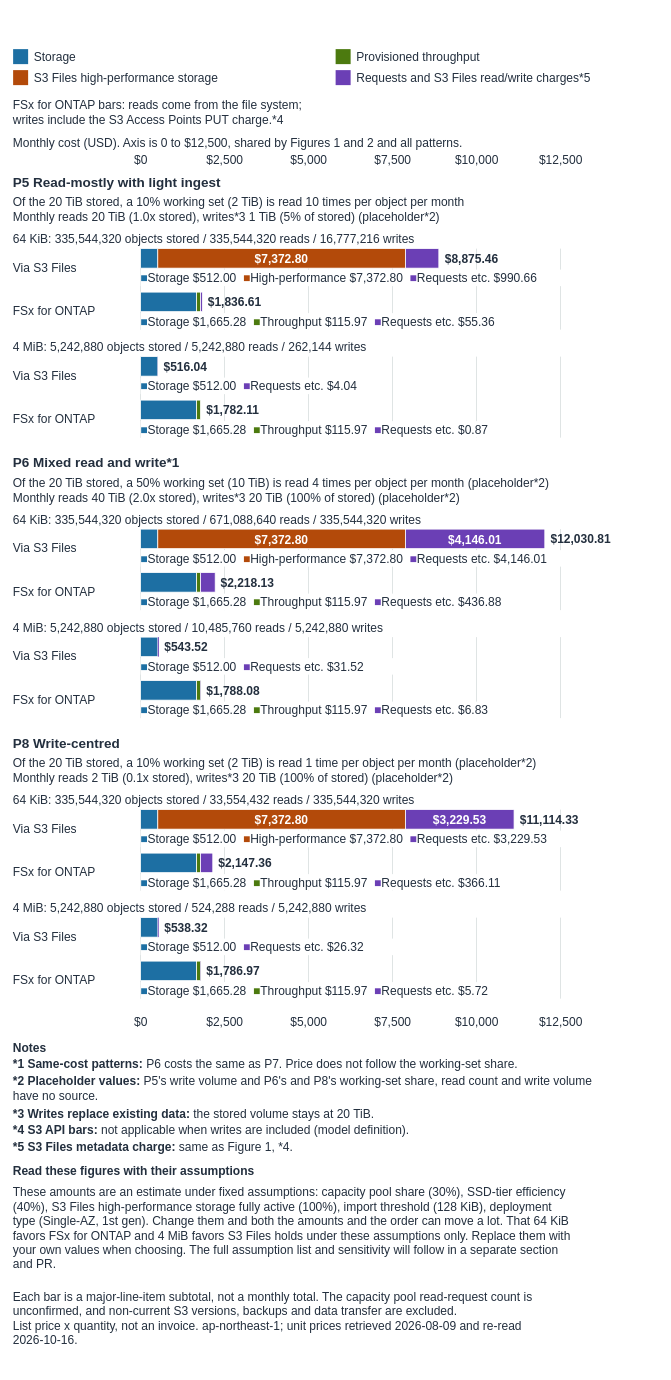
Above: docs/_assets/diagrams/s3burst-s3files-cost-structure-writes-en.drawio in Yoshiki0705/S3-Burst-on-ONTAP-Files (draw.io), before the change. Source tidied: cells renumbered, new cells numbered last; positions are measured from the earlier drawing's top-left corner, leaving out a move shared by most shapes. Both pictures are drawn from the tidied source at 75%, with x=0, y=0 at pixel (13, 46).
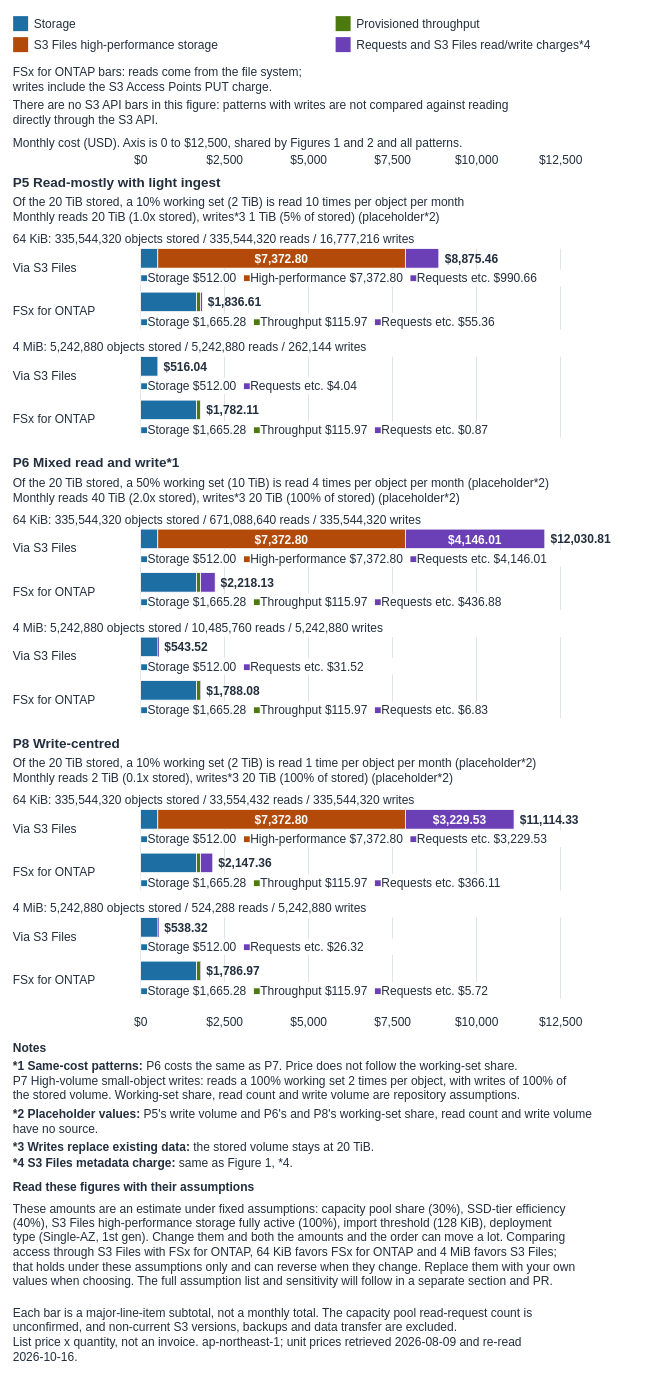
The same diagram, later.

Commit message (it also covers changes not shown here):
docs: generate the cost figures from the model and fix their wording

What changed in the source:
```diff
@@
     <mxCell id="38" style="rounded=0;whiteSpace=nowrap;html=0;fillColor=#1D6FA3;strokeColor=none;fontSize=16;fontColor=#FFFFFF;fontStyle=1;align=center;verticalAlign=middle;" parent="1" vertex="1">
-      <mxGeometry y="4" width="20" height="20" as="geometry" />
+      <mxGeometry y="-40" width="20" height="20" as="geometry" />
     </mxCell>
     <mxCell id="39" value="Storage" style="text;html=1;whiteSpace=nowrap;overflow=visible;align=left;verticalAlign=middle;spacing=0;spacingLeft=0;spacingRight=0;spacingTop=0;spacingBottom=0;fontSize=16;fontColor=#232F3E;fontStyle=0;" parent="1" vertex="1">
-      <mxGeometry x="28" width="398" height="28" as="geometry" />
+      <mxGeometry x="28" y="-44" width="398" height="28" as="geometry" />
     </mxCell>
     <mxCell id="40" style="rounded=0;whiteSpace=nowrap;html=0;fillColor=#4C7A0F;strokeColor=none;fontSize=16;fontColor=#FFFFFF;fontStyle=1;align=center;verticalAlign=middle;" parent="1" vertex="1">
-      <mxGeometry x="430" y="4" width="20" height="20" as="geometry" />
+      <mxGeometry x="430" y="-40" width="20" height="20" as="geometry" />
     </mxCell>
     <mxCell id="41" value="Provisioned throughput" style="text;html=1;whiteSpace=nowrap;overflow=visible;align=left;verticalAlign=middle;spacing=0;spacingLeft=0;spacingRight=0;spacingTop=0;spacingBottom=0;fontSize=16;fontColor=#232F3E;fontStyle=0;" parent="1" vertex="1">
-      <mxGeometry x="458" width="398" height="28" as="geometry" />
+      <mxGeometry x="458" y="-44" width="398" height="28" as="geometry" />
     </mxCell>
     <mxCell id="42" style="rounded=0;whiteSpace=nowrap;html=0;fillColor=#B34A0A;strokeColor=none;fontSize=16;fontColor=#FFFFFF;fontStyle=1;align=center;verticalAlign=middle;" parent="1" vertex="1">
-      <mxGeometry y="32" width="20" height="20" as="geometry" />
+      <mxGeometry y="-12" width="20" height="20" as="geometry" />
     </mxCell>
     <mxCell id="43" value="S3 Files high-performance storage" style="text;html=1;whiteSpace=nowrap;overflow=visible;align=left;verticalAlign=middle;spacing=0;spacingLeft=0;spacingRight=0;spacingTop=0;spacingBottom=0;fontSize=16;fontColor=#232F3E;fontStyle=0;" parent="1" vertex="1">
-      <mxGeometry x="28" y="28" width="398" height="28" as="geometry" />
+      <mxGeometry x="28" y="-16" width="398" height="28" as="geometry" />
     </mxCell>
     <mxCell id="44" style="rounded=0;whiteSpace=nowrap;html=0;fillColor=#6B3FB5;strokeColor=none;fontSize=16;fontColor=#FFFFFF;fontStyle=1;align=center;verticalAlign=middle;" parent="1" vertex="1">
-      <mxGeometry x="430" y="32" width="20" height="20" as="geometry" />
+      <mxGeometry x="430" y="-12" width="20" height="20" as="geometry" />
     </mxCell>
-    <mxCell id="45" value="Requests and S3 Files read/write charges*5" style="text;html=1;whiteSpace=nowrap;overflow=visible;align=left;verticalAlign=middle;spacing=0;spacingLeft=0;spacingRight=0;spacingTop=0;spacingBottom=0;fontSize=16;fontColor=#232F3E;fontStyle=0;" parent="1" vertex="1">
-      <mxGeometry x="458" y="28" width="398" height="28" as="geometry" />
+    <mxCell id="45" value="Requests and S3 Files read/write charges*4" style="text;html=1;whiteSpace=nowrap;overflow=visible;align=left;verticalAlign=middle;spacing=0;spacingLeft=0;spacingRight=0;spacingTop=0;spacingBottom=0;fontSize=16;fontColor=#232F3E;fontStyle=0;" parent="1" vertex="1">
+      <mxGeometry x="458" y="-16" width="398" height="28" as="geometry" />
     </mxCell>
-    <mxCell id="46" value="FSx for ONTAP bars: reads come from the file system;&lt;br&gt;writes include the S3 Access Points PUT charge.*4" style="text;html=1;whiteSpace=nowrap;overflow=visible;align=left;verticalAlign=middle;spacing=0;spacingLeft=0;spacingRight=0;spacingTop=0;spacingBottom=0;fontSize=16;fontColor=#232F3E;fontStyle=0;" parent="1" vertex="1">
-      <mxGeometry y="66" width="860" height="44" as="geometry" />
+    <mxCell id="46" value="FSx for ONTAP bars: reads come from the file system;&lt;br&gt;writes include the S3 Access Points PUT charge." style="text;html=1;whiteSpace=nowrap;overflow=visible;align=left;verticalAlign=middle;spacing=0;spacingLeft=0;spacingRight=0;spacingTop=0;spacingBottom=0;fontSize=16;fontColor=#232F3E;fontStyle=0;" parent="1" vertex="1">
+      <mxGeometry y="22" width="860" height="44" as="geometry" />
     </mxCell>
+    <mxCell id="150" value="There are no S3 API bars in this figure: patterns with writes are not compared against reading&lt;br&gt;directly through the S3 API." style="text;html=1;whiteSpace=nowrap;overflow=visible;align=left;verticalAlign=middle;spacing=0;spacingLeft=0;spacingRight=0;spacingTop=0;spacingBottom=0;fontSize=16;fontColor=#232F3E;fontStyle=0;" parent="1" vertex="1">
+      <mxGeometry y="66" width="860" height="44" as="geometry" />
+    </mxCell>
@@
-    <mxCell id="142" value="&lt;b&gt;*1 Same-cost patterns:&lt;/b&gt; P6 costs the same as P7. Price does not follow the working-set share." style="text;html=1;whiteSpace=nowrap;overflow=visible;align=left;verticalAlign=middle;spacing=0;spacingLeft=0;spacingRight=0;spacingTop=0;spacingBottom=0;fontSize=16;fontColor=#232F3E;fontStyle=0;" parent="1" vertex="1">
-      <mxGeometry y="1346" width="860" height="22" as="geometry" />
+    <mxCell id="142" value="&lt;b&gt;*1 Same-cost patterns:&lt;/b&gt; P6 costs the same as P7. Price does not follow the working-set share.&lt;br&gt;P7 High-volume small-object writes: reads a 100% working set 2 times per object, with writes of 100% of&lt;br&gt;the stored volume. Working-set share, read count and write volume are repository assumptions." style="text;html=1;whiteSpace=nowrap;overflow=visible;align=left;verticalAlign=middle;spacing=0;spacingLeft=0;spacingRight=0;spacingTop=0;spacingBottom=0;fontSize=16;fontColor=#232F3E;fontStyle=0;" parent="1" vertex="1">
+      <mxGeometry y="1346" width="860" height="66" as="geometry" />
     </mxCell>
     <mxCell id="143" value="&lt;b&gt;*2 Placeholder values:&lt;/b&gt; P5&amp;#x27;s write volume and P6&amp;#x27;s and P8&amp;#x27;s working-set share, read count and write volume&lt;br&gt;have no source." style="text;html=1;whiteSpace=nowrap;overflow=visible;align=left;verticalAlign=middle;spacing=0;spacingLeft=0;spacingRight=0;spacingTop=0;spacingBottom=0;fontSize=16;fontColor=#232F3E;fontStyle=0;" parent="1" vertex="1">
-      <mxGeometry y="1368" width="860" height="44" as="geometry" />
+      <mxGeometry y="1412" width="860" height="44" as="geometry" />
     </mxCell>
     <mxCell id="144" value="&lt;b&gt;*3 Writes replace existing data:&lt;/b&gt; the stored volume stays at 20 TiB." style="text;html=1;whiteSpace=nowrap;overflow=visible;align=left;verticalAlign=middle;spacing=0;spacingLeft=0;spacingRight=0;spacingTop=0;spacingBottom=0;fontSize=16;fontColor=#232F3E;fontStyle=0;" parent="1" vertex="1">
-      <mxGeometry y="1412" width="860" height="22" as="geometry" />
+      <mxGeometry y="1456" width="860" height="22" as="geometry" />
     </mxCell>
-    <mxCell id="145" value="&lt;b&gt;*4 S3 API bars:&lt;/b&gt; not applicable when writes are included (model definition)." style="text;html=1;whiteSpace=nowrap;overflow=visible;align=left;verticalAlign=middle;spacing=0;spacingLeft=0;spacingRight=0;spacingTop=0;spacingBottom=0;fontSize=16;fontColor=#232F3E;fontStyle=0;" parent="1" vertex="1">
-      <mxGeometry y="1434" width="860" height="22" as="geometry" />
+    <mxCell id="145" value="&lt;b&gt;*4 S3 Files metadata charge:&lt;/b&gt; same as Figure 1, *4." style="text;html=1;whiteSpace=nowrap;overflow=visible;align=left;verticalAlign=middle;spacing=0;spacingLeft=0;spacingRight=0;spacingTop=0;spacingBottom=0;fontSize=16;fontColor=#232F3E;fontStyle=0;" parent="1" vertex="1">
+      <mxGeometry y="1478" width="860" height="22" as="geometry" />
     </mxCell>
-    <mxCell id="146" value="&lt;b&gt;*5 S3 Files metadata charge:&lt;/b&gt; same as Figure 1, *4." style="text;html=1;whiteSpace=nowrap;overflow=visible;align=left;verticalAlign=middle;spacing=0;spacingLeft=0;spacingRight=0;spacingTop=0;spacingBottom=0;fontSize=16;fontColor=#232F3E;fontStyle=0;" parent="1" vertex="1">
-      <mxGeometry y="1456" width="860" height="22" as="geometry" />
-    </mxCell>
     <mxCell id="147" value="&lt;b&gt;Read these figures with their assumptions&lt;/b&gt;" style="text;html=1;whiteSpace=nowrap;overflow=visible;align=left;verticalAlign=middle;spacing=0;spacingLeft=0;spacingRight=0;spacingTop=0;spacingBottom=0;fontSize=16;fontColor=#232F3E;fontStyle=0;" parent="1" vertex="1">
-      <mxGeometry y="1488" width="860" height="22" as="geometry" />
+      <mxGeometry y="1510" width="860" height="22" as="geometry" />
     </mxCell>
-    <mxCell id="148" value="These amounts are an estimate under fixed assumptions: capacity pool share (30%), SSD-tier efficiency&lt;br&gt;(40%), S3 Files high-performance storage fully active (100%), import threshold (128 KiB), deployment&lt;br&gt;type (Single-AZ, 1st gen). Change them and both the amounts and the order can move a lot. That 64 KiB&lt;br&gt;favors FSx for ONTAP and 4 MiB favors S3 Files holds under these assumptions only. Replace them with&lt;br&gt;your own values when choosing. The full assumption list and sensitivity will follow in a separate section&lt;br&gt;and PR." style="text;html=1;whiteSpace=nowrap;overflow=visible;align=left;verticalAlign=middle;spacing=0;spacingLeft=0;spacingRight=0;spacingTop=0;spacingBottom=0;fontSize=16;fontColor=#232F3E;fontStyle=0;" parent="1" vertex="1">
-      <mxGeometry y="1510" width="860" height="132" as="geometry" />
+    <mxCell id="148" value="These amounts are an estimate under fixed assumptions: capacity pool share (30%), SSD-tier efficiency&lt;br&gt;(40%), S3 Files high-performance storage fully active (100%), import threshold (128 KiB), deployment&lt;br&gt;type (Single-AZ, 1st gen). Change them and both the amounts and the order can move a lot. Comparing&lt;br&gt;access through S3 Files with FSx for ONTAP, 64 KiB favors FSx for ONTAP and 4 MiB favors S3 Files;&lt;br&gt;that holds under these assumptions only and can reverse when they change. Replace them with your own&lt;br&gt;values when choosing. The full assumption list and sensitivity will follow in a separate section and PR." style="text;html=1;whiteSpace=nowrap;overflow=visible;align=left;verticalAlign=middle;spacing=0;spacingLeft=0;spacingRight=0;spacingTop=0;spacingBottom=0;fontSize=16;fontColor=#232F3E;fontStyle=0;" parent="1" vertex="1">
+      <mxGeometry y="1532" width="860" height="132" as="geometry" />
     </mxCell>
     <mxCell id="149" value="Each bar is a major-line-item subtotal, not a monthly total. The capacity pool read-request count is&lt;br&gt;unconfirmed, and non-current S3 versions, backups and data transfer are excluded.&lt;br&gt;List price x quantity, not an invoice. ap-northeast-1; unit prices retrieved 2026-08-09 and re-read&lt;br&gt;2026-10-16." style="text;html=1;whiteSpace=nowrap;overflow=visible;align=left;verticalAlign=middle;spacing=0;spacingLeft=0;spacingRight=0;spacingTop=0;spacingBottom=0;fontSize=16;fontColor=#232F3E;fontStyle=0;" parent="1" vertex="1">
-      <mxGeometry y="1652" width="860" height="88" as="geometry" />
+      <mxGeometry y="1674" width="860" height="88" as="geometry" />
     </mxCell>
```
